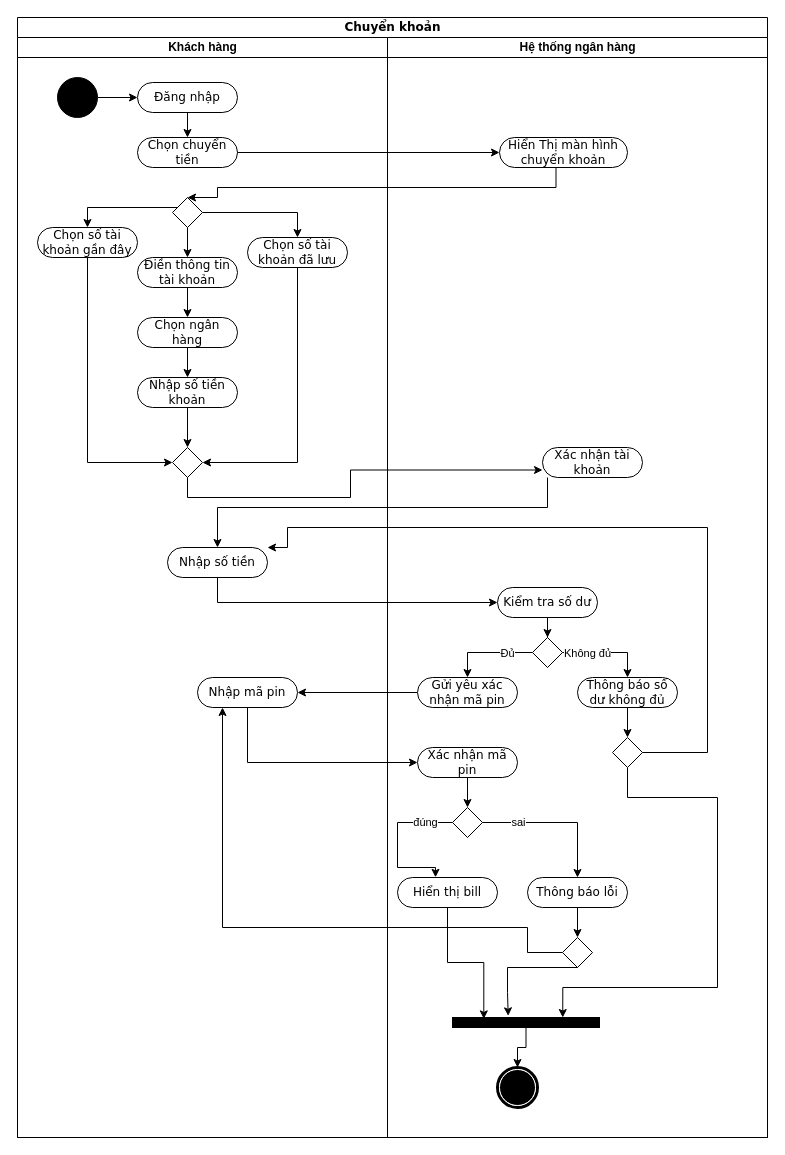
Earlier version of the draw.io diagram UML/BHDG_ActivityDiagram_14_0.0.1.drawio (HoangDucBach/bghc). Source tidied: cells renumbered, new cells numbered last; positions are measured from the earlier drawing's top-left corner, leaving out a move shared by most shapes. Both pictures are drawn from the tidied source at 100%, with x=0, y=0 at pixel (17, 17).
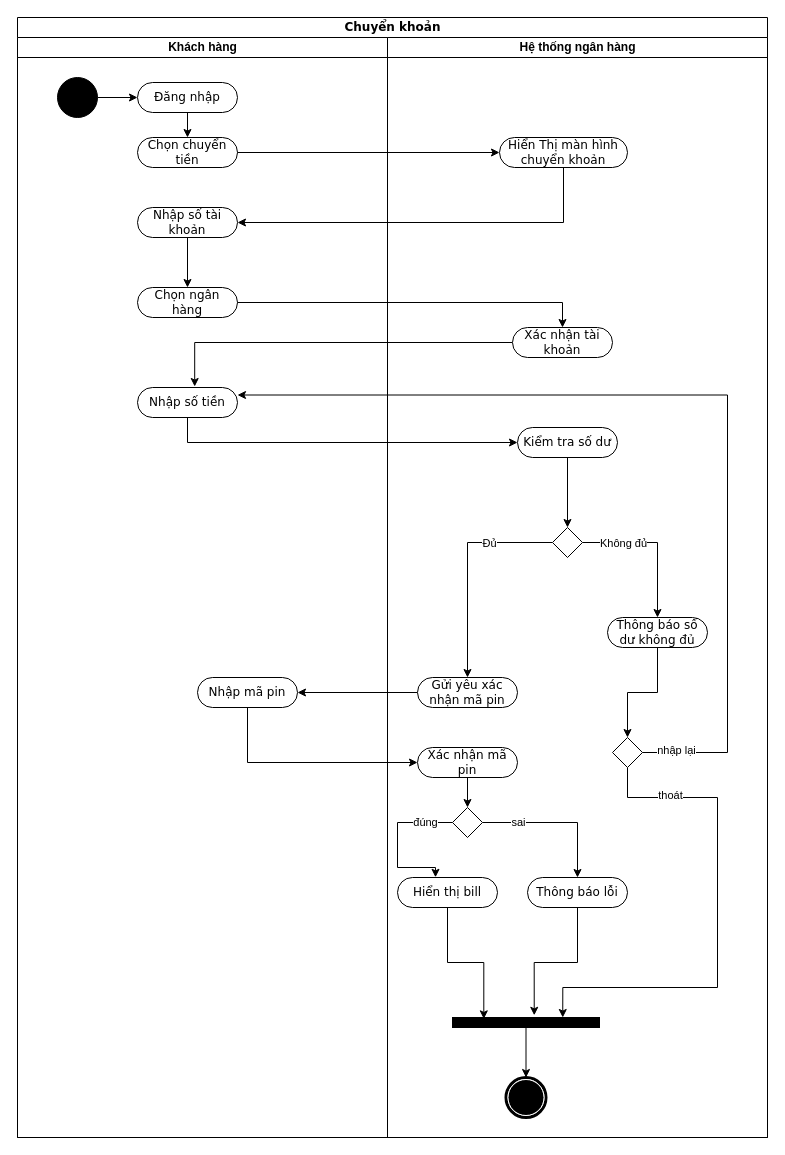
The same diagram, later.

Unchanged cells that the change refers to:
```xml
<mxCell id="2" value="Chuyển khoản" style="swimlane;html=1;startSize=20;rounded=0;shadow=0;comic=0;labelBackgroundColor=none;strokeWidth=1;fontFamily=Verdana;fontSize=12;align=center;" parent="1" vertex="1">
  <mxGeometry width="750" height="1120" as="geometry" />
</mxCell>
<mxCell id="3" value="Khách hàng" style="swimlane;html=1;startSize=20;" parent="2" vertex="1">
  <mxGeometry y="20" width="370" height="1100" as="geometry" />
</mxCell>
<mxCell id="8" value="Chọn chuyển tiền" style="rounded=1;whiteSpace=wrap;html=1;shadow=0;comic=0;labelBackgroundColor=none;strokeWidth=1;fontFamily=Verdana;fontSize=12;align=center;arcSize=50;" parent="3" vertex="1">
  <mxGeometry x="120" y="100" width="100" height="30" as="geometry" />
</mxCell>
<mxCell id="25" value="Nhập mã pin" style="rounded=1;whiteSpace=wrap;html=1;shadow=0;comic=0;labelBackgroundColor=none;strokeWidth=1;fontFamily=Verdana;fontSize=12;align=center;arcSize=50;" parent="3" vertex="1">
  <mxGeometry x="180" y="640" width="100" height="30" as="geometry" />
</mxCell>
<mxCell id="32" value="Hệ thống ngân hàng" style="swimlane;html=1;startSize=20;" parent="2" vertex="1">
  <mxGeometry x="370" y="20" width="380" height="1100" as="geometry" />
</mxCell>
<mxCell id="53" value="Thông báo lỗi" style="rounded=1;whiteSpace=wrap;html=1;shadow=0;comic=0;labelBackgroundColor=none;strokeWidth=1;fontFamily=Verdana;fontSize=12;align=center;arcSize=50;" parent="32" vertex="1">
  <mxGeometry x="140" y="840" width="100" height="30" as="geometry" />
</mxCell>
<mxCell id="54" style="edgeStyle=orthogonalEdgeStyle;rounded=0;jettySize=auto;html=1;entryX=0.75;entryY=0;entryDx=0;entryDy=0;" parent="32" edge="1" source="55" target="58">
  <mxGeometry relative="1" as="geometry">
    <Array as="points">
      <mxPoint x="240" y="760" />
      <mxPoint x="330" y="760" />
      <mxPoint x="330" y="950" />
      <mxPoint x="175" y="950" />
    </Array>
  </mxGeometry>
</mxCell>
<mxCell id="55" style="rhombus;whiteSpace=wrap;html=1;" parent="32" vertex="1">
  <mxGeometry x="225" y="700" width="30" height="30" as="geometry" />
</mxCell>
<mxCell id="58" style="whiteSpace=wrap;html=1;rounded=0;shadow=0;comic=0;labelBackgroundColor=none;strokeWidth=1;fillColor=#000000;fontFamily=Verdana;fontSize=12;align=center;rotation=0;" parent="32" vertex="1">
  <mxGeometry x="65" y="980" width="147" height="10" as="geometry" />
</mxCell>
<mxCell id="62" value="Hiển Thị màn hình chuyển khoản" style="rounded=1;whiteSpace=wrap;html=1;shadow=0;comic=0;labelBackgroundColor=none;strokeWidth=1;fontFamily=Verdana;fontSize=12;align=center;arcSize=50;" parent="32" vertex="1">
  <mxGeometry x="112" y="100" width="128" height="30" as="geometry" />
</mxCell>
```

The edit, as a diff of the source:
```diff
@@
-    <mxCell id="10" value="Điền thông tin tài khoản" style="rounded=1;whiteSpace=wrap;html=1;shadow=0;comic=0;labelBackgroundColor=none;strokeWidth=1;fontFamily=Verdana;fontSize=12;align=center;arcSize=50;" parent="3" vertex="1">
-      <mxGeometry x="120" y="220" width="100" height="30" as="geometry" />
+    <mxCell id="10" value="Nhập số tài khoản" style="rounded=1;whiteSpace=wrap;html=1;shadow=0;comic=0;labelBackgroundColor=none;strokeWidth=1;fontFamily=Verdana;fontSize=12;align=center;arcSize=50;" parent="3" vertex="1">
+      <mxGeometry x="120" y="170" width="100" height="30" as="geometry" />
     </mxCell>
-    <mxCell id="11" style="edgeStyle=orthogonalEdgeStyle;rounded=0;jettySize=auto;html=1;" parent="3" edge="1" source="14" target="10">
-      <mxGeometry relative="1" as="geometry" />
-    </mxCell>
-    <mxCell id="12" style="edgeStyle=orthogonalEdgeStyle;rounded=0;jettySize=auto;html=1;" parent="3" edge="1" source="14" target="18">
-      <mxGeometry relative="1" as="geometry">
-        <Array as="points">
-          <mxPoint x="280" y="175" />
-        </Array>
-      </mxGeometry>
-    </mxCell>
-    <mxCell id="13" style="edgeStyle=orthogonalEdgeStyle;rounded=0;jettySize=auto;html=1;" parent="3" edge="1" source="14" target="16">
-      <mxGeometry relative="1" as="geometry">
-        <Array as="points">
-          <mxPoint x="70" y="170" />
-        </Array>
-      </mxGeometry>
-    </mxCell>
-    <mxCell id="14" style="rhombus;whiteSpace=wrap;html=1;" parent="3" vertex="1">
-      <mxGeometry x="155" y="160" width="30" height="30" as="geometry" />
-    </mxCell>
-    <mxCell id="15" style="edgeStyle=orthogonalEdgeStyle;rounded=0;jettySize=auto;html=1;entryX=0;entryY=0.5;entryDx=0;entryDy=0;" parent="3" edge="1" source="16" target="23">
-      <mxGeometry relative="1" as="geometry">
-        <Array as="points">
-          <mxPoint x="70" y="425" />
-        </Array>
-      </mxGeometry>
-    </mxCell>
-    <mxCell id="16" value="Chọn số tài khoản gần đây" style="rounded=1;whiteSpace=wrap;html=1;shadow=0;comic=0;labelBackgroundColor=none;strokeWidth=1;fontFamily=Verdana;fontSize=12;align=center;arcSize=50;" parent="3" vertex="1">
-      <mxGeometry x="20" y="190" width="100" height="30" as="geometry" />
-    </mxCell>
-    <mxCell id="17" style="edgeStyle=orthogonalEdgeStyle;rounded=0;jettySize=auto;html=1;entryX=1;entryY=0.5;entryDx=0;entryDy=0;" parent="3" edge="1" source="18" target="23">
-      <mxGeometry relative="1" as="geometry">
-        <Array as="points">
-          <mxPoint x="280" y="425" />
-        </Array>
-      </mxGeometry>
-    </mxCell>
-    <mxCell id="18" value="Chọn số tài khoản đã lưu" style="rounded=1;whiteSpace=wrap;html=1;shadow=0;comic=0;labelBackgroundColor=none;strokeWidth=1;fontFamily=Verdana;fontSize=12;align=center;arcSize=50;" parent="3" vertex="1">
-      <mxGeometry x="230" y="200" width="100" height="30" as="geometry" />
-    </mxCell>
-    <mxCell id="19" style="edgeStyle=orthogonalEdgeStyle;rounded=0;jettySize=auto;html=1;" parent="3" edge="1" source="20" target="22">
-      <mxGeometry relative="1" as="geometry" />
-    </mxCell>
     <mxCell id="20" value="Chọn ngân hàng" style="rounded=1;whiteSpace=wrap;html=1;shadow=0;comic=0;labelBackgroundColor=none;strokeWidth=1;fontFamily=Verdana;fontSize=12;align=center;arcSize=50;" parent="3" vertex="1">
-      <mxGeometry x="120" y="280" width="100" height="30" as="geometry" />
+      <mxGeometry x="120" y="250" width="100" height="30" as="geometry" />
     </mxCell>
-    <mxCell id="21" style="edgeStyle=orthogonalEdgeStyle;rounded=0;jettySize=auto;html=1;" parent="3" edge="1" source="22" target="23">
-      <mxGeometry relative="1" as="geometry" />
-    </mxCell>
-    <mxCell id="22" value="Nhập số tiền khoản" style="rounded=1;whiteSpace=wrap;html=1;shadow=0;comic=0;labelBackgroundColor=none;strokeWidth=1;fontFamily=Verdana;fontSize=12;align=center;arcSize=50;" parent="3" vertex="1">
-      <mxGeometry x="120" y="340" width="100" height="30" as="geometry" />
-    </mxCell>
-    <mxCell id="23" style="rhombus;whiteSpace=wrap;html=1;" parent="3" vertex="1">
-      <mxGeometry x="155" y="410" width="30" height="30" as="geometry" />
-    </mxCell>
     <mxCell id="24" value="Nhập số tiền" style="rounded=1;whiteSpace=wrap;html=1;shadow=0;comic=0;labelBackgroundColor=none;strokeWidth=1;fontFamily=Verdana;fontSize=12;align=center;arcSize=50;" parent="3" vertex="1">
-      <mxGeometry x="150" y="510" width="100" height="30" as="geometry" />
+      <mxGeometry x="120" y="350" width="100" height="30" as="geometry" />
     </mxCell>
@@
-    <mxCell id="26" style="edgeStyle=orthogonalEdgeStyle;rounded=0;orthogonalLoop=1;jettySize=auto;html=1;entryX=1;entryY=0;entryDx=0;entryDy=0;" parent="3" edge="1">
-      <mxGeometry relative="1" as="geometry">
-        <mxPoint x="538.5" y="122.5" as="sourcePoint" />
-        <mxPoint x="170" y="160" as="targetPoint" />
-        <Array as="points">
-          <mxPoint x="539" y="150" />
-          <mxPoint x="200" y="150" />
-          <mxPoint x="200" y="160" />
-        </Array>
-      </mxGeometry>
-    </mxCell>
-    <mxCell id="27" style="edgeStyle=orthogonalEdgeStyle;rounded=0;jettySize=auto;html=1;entryX=0;entryY=0.75;entryDx=0;entryDy=0;" parent="2" edge="1" source="23" target="33">
-      <mxGeometry relative="1" as="geometry">
-        <Array as="points">
-          <mxPoint x="170" y="480" />
-          <mxPoint x="333" y="480" />
-          <mxPoint x="333" y="453" />
-        </Array>
-      </mxGeometry>
-    </mxCell>
-    <mxCell id="28" style="edgeStyle=orthogonalEdgeStyle;rounded=0;jettySize=auto;html=1;entryX=0.5;entryY=0;entryDx=0;entryDy=0;" parent="2" edge="1" source="33" target="24">
-      <mxGeometry relative="1" as="geometry">
-        <Array as="points">
-          <mxPoint x="530" y="490" />
-          <mxPoint x="200" y="490" />
-        </Array>
-      </mxGeometry>
-    </mxCell>
-    <mxCell id="29" style="edgeStyle=orthogonalEdgeStyle;rounded=0;jettySize=auto;html=1;entryX=0;entryY=0.5;entryDx=0;entryDy=0;" parent="2" edge="1" source="24" target="35">
-      <mxGeometry relative="1" as="geometry">
-        <Array as="points">
-          <mxPoint x="200" y="585" />
-        </Array>
-      </mxGeometry>
-    </mxCell>
@@
+    <mxCell id="65" style="edgeStyle=orthogonalEdgeStyle;rounded=0;jettySize=auto;html=1;entryX=0;entryY=0.5;entryDx=0;entryDy=0;" parent="2" edge="1" source="8" target="62">
+      <mxGeometry relative="1" as="geometry" />
+    </mxCell>
+    <mxCell id="66" style="edgeStyle=orthogonalEdgeStyle;rounded=0;jettySize=auto;html=1;entryX=1;entryY=0.5;entryDx=0;entryDy=0;" parent="2" edge="1" source="62" target="10">
+      <mxGeometry relative="1" as="geometry">
+        <Array as="points">
+          <mxPoint x="546" y="205" />
+        </Array>
+      </mxGeometry>
+    </mxCell>
+    <mxCell id="67" style="edgeStyle=orthogonalEdgeStyle;rounded=0;jettySize=auto;html=1;entryX=0.5;entryY=0;entryDx=0;entryDy=0;" parent="2" edge="1" source="20" target="33">
+      <mxGeometry relative="1" as="geometry" />
+    </mxCell>
+    <mxCell id="28" style="edgeStyle=orthogonalEdgeStyle;rounded=0;jettySize=auto;html=1;entryX=0.572;entryY=-0.033;entryDx=0;entryDy=0;entryPerimeter=0;" parent="2" edge="1" source="33" target="24">
+      <mxGeometry relative="1" as="geometry" />
+    </mxCell>
@@
     <mxCell id="33" value="Xác nhận tài khoản" style="rounded=1;whiteSpace=wrap;html=1;shadow=0;comic=0;labelBackgroundColor=none;strokeWidth=1;fontFamily=Verdana;fontSize=12;align=center;arcSize=50;" parent="32" vertex="1">
-      <mxGeometry x="155" y="410" width="100" height="30" as="geometry" />
+      <mxGeometry x="125" y="290" width="100" height="30" as="geometry" />
     </mxCell>
@@
     <mxCell id="35" value="Kiểm tra số dư" style="rounded=1;whiteSpace=wrap;html=1;shadow=0;comic=0;labelBackgroundColor=none;strokeWidth=1;fontFamily=Verdana;fontSize=12;align=center;arcSize=50;" parent="32" vertex="1">
-      <mxGeometry x="110" y="550" width="100" height="30" as="geometry" />
+      <mxGeometry x="130" y="390" width="100" height="30" as="geometry" />
     </mxCell>
@@
     <mxCell id="40" style="rhombus;whiteSpace=wrap;html=1;" parent="32" vertex="1">
-      <mxGeometry x="145" y="600" width="30" height="30" as="geometry" />
+      <mxGeometry x="165" y="490" width="30" height="30" as="geometry" />
     </mxCell>
@@
     <mxCell id="43" value="Thông báo số dư không đủ" style="rounded=1;whiteSpace=wrap;html=1;shadow=0;comic=0;labelBackgroundColor=none;strokeWidth=1;fontFamily=Verdana;fontSize=12;align=center;arcSize=50;" parent="32" vertex="1">
-      <mxGeometry x="190" y="640" width="100" height="30" as="geometry" />
+      <mxGeometry x="220" y="580" width="100" height="30" as="geometry" />
     </mxCell>
@@
-    <mxCell id="52" style="edgeStyle=orthogonalEdgeStyle;rounded=0;jettySize=auto;html=1;entryX=0.5;entryY=0;entryDx=0;entryDy=0;" parent="32" edge="1" source="53" target="56">
-      <mxGeometry relative="1" as="geometry" />
-    </mxCell>
@@
+    <mxCell id="68" value="thoát" style="edgeLabel;html=1;align=center;verticalAlign=middle;" parent="54" vertex="1">
+      <mxGeometry x="-0.71" y="3" relative="1" as="geometry" />
+    </mxCell>
@@
-    <mxCell id="56" style="rhombus;whiteSpace=wrap;html=1;" parent="32" vertex="1">
-      <mxGeometry x="175" y="900" width="30" height="30" as="geometry" />
-    </mxCell>
@@
-    <mxCell id="59" style="edgeStyle=orthogonalEdgeStyle;rounded=0;jettySize=auto;html=1;entryX=0.379;entryY=-0.167;entryDx=0;entryDy=0;entryPerimeter=0;" parent="32" edge="1" source="56" target="58">
-      <mxGeometry relative="1" as="geometry">
-        <Array as="points">
-          <mxPoint x="120" y="930" />
-          <mxPoint x="120" y="955" />
-        </Array>
-      </mxGeometry>
-    </mxCell>
@@
     <mxCell id="61" style="shape=mxgraph.bpmn.shape;html=1;verticalLabelPosition=bottom;labelBackgroundColor=#ffffff;verticalAlign=top;perimeter=ellipsePerimeter;outline=end;symbol=terminate;rounded=0;shadow=0;comic=0;strokeWidth=1;fontFamily=Verdana;fontSize=12;align=center;" parent="32" vertex="1">
-      <mxGeometry x="110" y="1030" width="40" height="40" as="geometry" />
+      <mxGeometry x="118.5" y="1040" width="40" height="40" as="geometry" />
     </mxCell>
@@
+    <mxCell id="69" style="edgeStyle=orthogonalEdgeStyle;rounded=0;jettySize=auto;html=1;entryX=0.556;entryY=-0.22;entryDx=0;entryDy=0;entryPerimeter=0;" parent="32" edge="1" source="53" target="58">
+      <mxGeometry relative="1" as="geometry" />
+    </mxCell>
+    <mxCell id="29" style="edgeStyle=orthogonalEdgeStyle;rounded=0;jettySize=auto;html=1;entryX=0;entryY=0.5;entryDx=0;entryDy=0;" parent="2" edge="1" source="24" target="35">
+      <mxGeometry relative="1" as="geometry">
+        <Array as="points">
+          <mxPoint x="170" y="425" />
+        </Array>
+      </mxGeometry>
+    </mxCell>
-    <mxCell id="63" style="edgeStyle=orthogonalEdgeStyle;rounded=0;jettySize=auto;html=1;entryX=1;entryY=0;entryDx=0;entryDy=0;" parent="2" edge="1" source="55" target="24">
+    <mxCell id="63" style="edgeStyle=orthogonalEdgeStyle;rounded=0;jettySize=auto;html=1;entryX=1;entryY=0.25;entryDx=0;entryDy=0;" parent="2" edge="1" source="55" target="24">
       <mxGeometry relative="1" as="geometry">
         <Array as="points">
-          <mxPoint x="690" y="735" />
-          <mxPoint x="690" y="510" />
-          <mxPoint x="270" y="510" />
-          <mxPoint x="270" y="530" />
+          <mxPoint x="710" y="735" />
+          <mxPoint x="710" y="378" />
         </Array>
       </mxGeometry>
     </mxCell>
-    <mxCell id="64" style="edgeStyle=orthogonalEdgeStyle;rounded=0;jettySize=auto;html=1;entryX=0.25;entryY=1;entryDx=0;entryDy=0;" parent="2" edge="1" source="56" target="25">
-      <mxGeometry relative="1" as="geometry">
-        <Array as="points">
-          <mxPoint x="510" y="935" />
-          <mxPoint x="510" y="910" />
-          <mxPoint x="205" y="910" />
-        </Array>
-      </mxGeometry>
-    </mxCell>
-    <mxCell id="65" style="edgeStyle=orthogonalEdgeStyle;rounded=0;jettySize=auto;html=1;entryX=0;entryY=0.5;entryDx=0;entryDy=0;" parent="2" edge="1" source="8" target="62">
-      <mxGeometry relative="1" as="geometry" />
-    </mxCell>
+    <mxCell id="70" value="nhập lại" style="edgeLabel;html=1;align=center;verticalAlign=middle;" parent="63" vertex="1">
+      <mxGeometry x="-0.93" y="3" relative="1" as="geometry" />
+    </mxCell>
```
